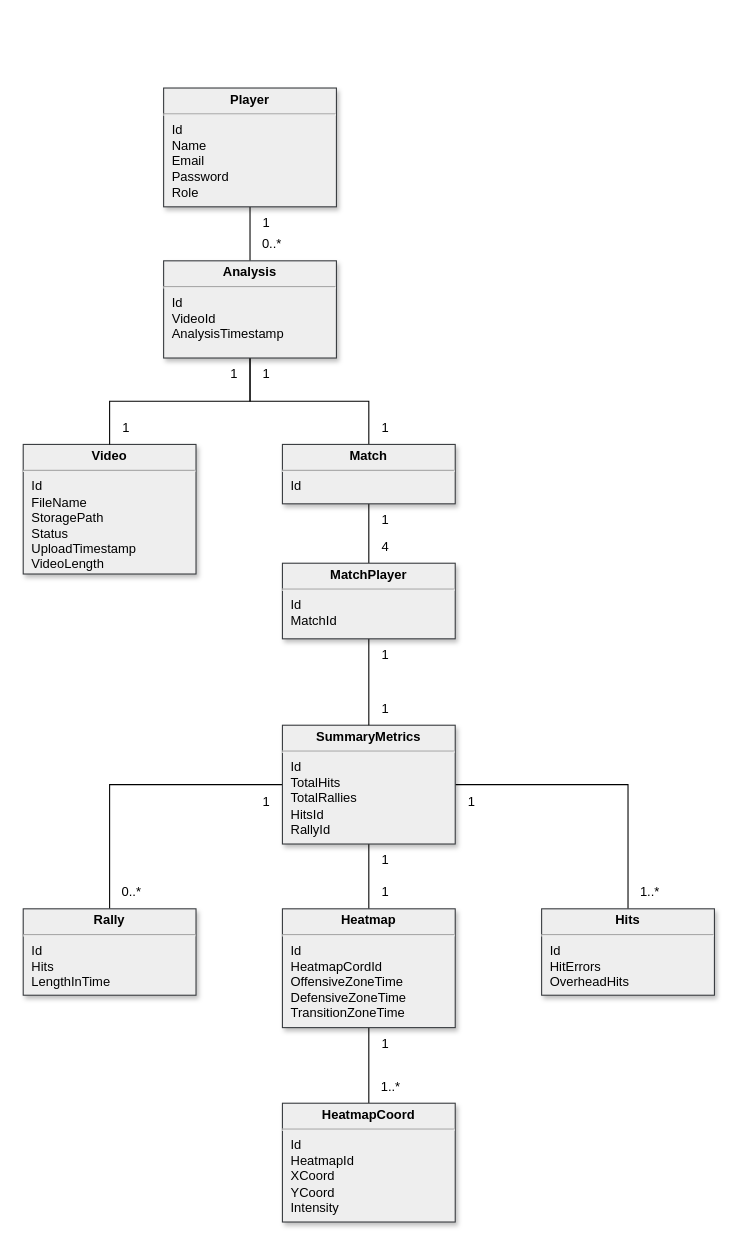
The draw.io diagram Documentation/Analysis/Diagrams/DomainModel.drawio in Olsen7351/Bachlor2025-Padel, before the edit. Source tidied: cells renumbered, new cells numbered last; positions are measured from the earlier drawing's top-left corner, leaving out a move shared by most shapes. Both pictures are drawn from the tidied source at 108%, with x=0, y=0 at pixel (23, 87).
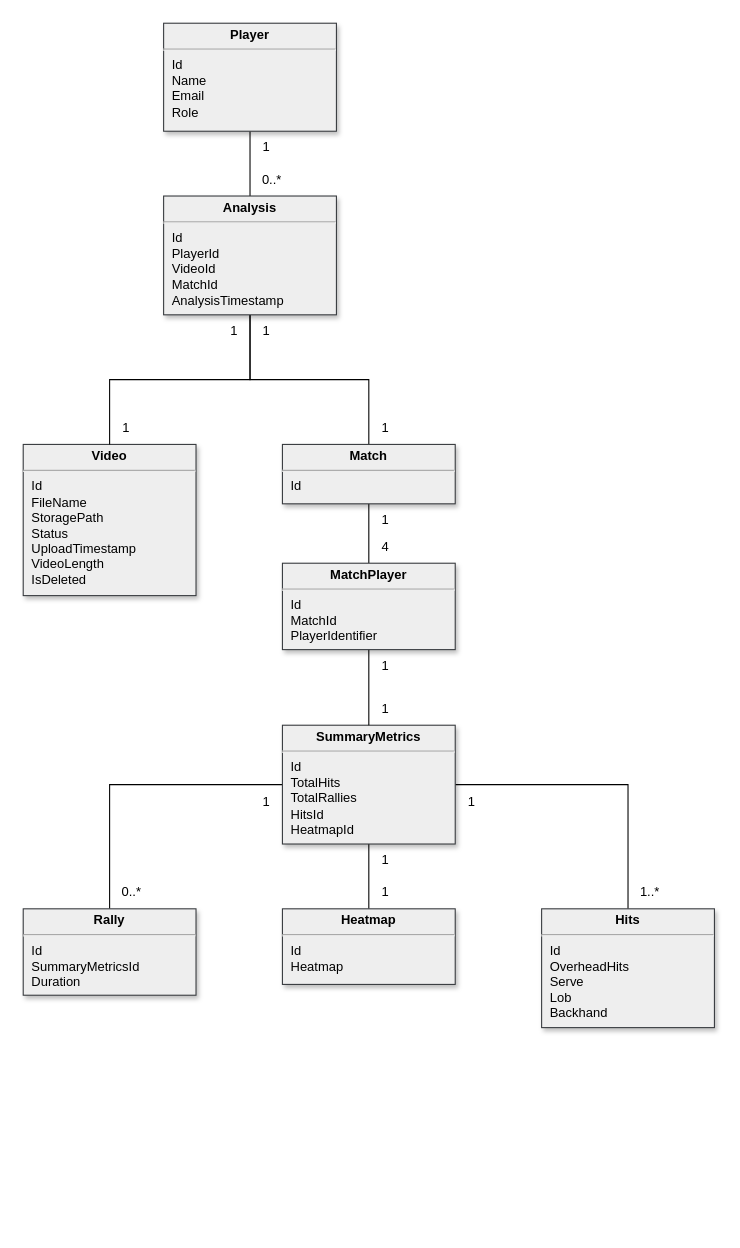
The same page after the edit.

The edit, as a diff of the source:
```diff
@@
-    <mxCell id="3" value="&lt;p style=&quot;margin: 4px 0px 0px; text-align: center;&quot;&gt;&lt;b&gt;Player&lt;/b&gt;&lt;/p&gt;&lt;hr&gt;&lt;p style=&quot;margin: 0px; margin-left: 8px;&quot;&gt;Id&lt;/p&gt;&lt;p style=&quot;margin: 0px; margin-left: 8px;&quot;&gt;Name&lt;/p&gt;&lt;p style=&quot;margin: 0px; margin-left: 8px;&quot;&gt;Email&lt;/p&gt;&lt;p style=&quot;margin: 0px; margin-left: 8px;&quot;&gt;Password&lt;/p&gt;&lt;p style=&quot;margin: 0px; margin-left: 8px;&quot;&gt;Role&lt;/p&gt;&lt;p style=&quot;margin: 0px; margin-left: 8px;&quot;&gt;&lt;br&gt;&lt;/p&gt;&lt;p style=&quot;margin: 0px; margin-left: 8px;&quot;&gt;&lt;br&gt;&lt;/p&gt;" style="verticalAlign=top;align=left;overflow=fill;fontSize=12;fontFamily=Helvetica;html=1;shadow=1;fillColor=#eeeeee;strokeColor=#36393d;" parent="1" vertex="1">
-      <mxGeometry x="130" width="160" height="110" as="geometry" />
+    <mxCell id="3" value="&lt;p style=&quot;margin: 4px 0px 0px; text-align: center;&quot;&gt;&lt;b&gt;Player&lt;/b&gt;&lt;/p&gt;&lt;hr&gt;&lt;p style=&quot;margin: 0px; margin-left: 8px;&quot;&gt;Id&lt;/p&gt;&lt;p style=&quot;margin: 0px; margin-left: 8px;&quot;&gt;Name&lt;/p&gt;&lt;p style=&quot;margin: 0px; margin-left: 8px;&quot;&gt;Email&lt;/p&gt;&lt;p style=&quot;margin: 0px; margin-left: 8px;&quot;&gt;Role&lt;/p&gt;&lt;p style=&quot;margin: 0px; margin-left: 8px;&quot;&gt;&lt;br&gt;&lt;/p&gt;&lt;p style=&quot;margin: 0px; margin-left: 8px;&quot;&gt;&lt;br&gt;&lt;/p&gt;" style="verticalAlign=top;align=left;overflow=fill;fontSize=12;fontFamily=Helvetica;html=1;shadow=1;fillColor=#eeeeee;strokeColor=#36393d;" parent="1" vertex="1">
+      <mxGeometry x="130" y="-60" width="160" height="100" as="geometry" />
     </mxCell>
-    <mxCell id="4" value="&lt;p style=&quot;margin: 4px 0px 0px; text-align: center;&quot;&gt;&lt;b&gt;Video&lt;/b&gt;&lt;/p&gt;&lt;hr&gt;&lt;p style=&quot;margin: 0px; margin-left: 8px;&quot;&gt;Id&lt;/p&gt;&lt;p style=&quot;margin: 0px; margin-left: 8px;&quot;&gt;FileName&lt;/p&gt;&lt;p style=&quot;margin: 0px; margin-left: 8px;&quot;&gt;StoragePath&lt;/p&gt;&lt;p style=&quot;margin: 0px; margin-left: 8px;&quot;&gt;Status&lt;/p&gt;&lt;p style=&quot;margin: 0px; margin-left: 8px;&quot;&gt;UploadTimestamp&lt;/p&gt;&lt;p style=&quot;margin: 0px; margin-left: 8px;&quot;&gt;VideoLength&lt;/p&gt;" style="verticalAlign=top;align=left;overflow=fill;fontSize=12;fontFamily=Helvetica;html=1;shadow=1;fillColor=#eeeeee;strokeColor=#36393d;" parent="1" vertex="1">
-      <mxGeometry y="330" width="160" height="120" as="geometry" />
+    <mxCell id="4" value="&lt;p style=&quot;margin: 4px 0px 0px; text-align: center;&quot;&gt;&lt;b&gt;Video&lt;/b&gt;&lt;/p&gt;&lt;hr&gt;&lt;p style=&quot;margin: 0px; margin-left: 8px;&quot;&gt;Id&lt;/p&gt;&lt;p style=&quot;margin: 0px; margin-left: 8px;&quot;&gt;FileName&lt;/p&gt;&lt;p style=&quot;margin: 0px; margin-left: 8px;&quot;&gt;StoragePath&lt;/p&gt;&lt;p style=&quot;margin: 0px; margin-left: 8px;&quot;&gt;Status&lt;/p&gt;&lt;p style=&quot;margin: 0px; margin-left: 8px;&quot;&gt;UploadTimestamp&lt;/p&gt;&lt;p style=&quot;margin: 0px; margin-left: 8px;&quot;&gt;VideoLength&lt;/p&gt;&lt;p style=&quot;margin: 0px; margin-left: 8px;&quot;&gt;IsDeleted&lt;/p&gt;" style="verticalAlign=top;align=left;overflow=fill;fontSize=12;fontFamily=Helvetica;html=1;shadow=1;fillColor=#eeeeee;strokeColor=#36393d;" parent="1" vertex="1">
+      <mxGeometry y="330" width="160" height="140" as="geometry" />
     </mxCell>
@@
-    <mxCell id="7" value="&lt;p style=&quot;margin: 4px 0px 0px; text-align: center;&quot;&gt;&lt;b&gt;Analysis&lt;/b&gt;&lt;/p&gt;&lt;hr&gt;&lt;p style=&quot;margin: 0px; margin-left: 8px;&quot;&gt;Id&lt;/p&gt;&lt;p style=&quot;margin: 0px; margin-left: 8px;&quot;&gt;VideoId&lt;/p&gt;&lt;p style=&quot;margin: 0px; margin-left: 8px;&quot;&gt;AnalysisTimestamp&lt;/p&gt;&lt;p style=&quot;margin: 0px 0px 0px 8px;&quot;&gt;&lt;br&gt;&lt;/p&gt;" style="verticalAlign=top;align=left;overflow=fill;fontSize=12;fontFamily=Helvetica;html=1;shadow=1;fillColor=#eeeeee;strokeColor=#36393d;" parent="1" vertex="1">
-      <mxGeometry x="130" y="160" width="160" height="90" as="geometry" />
+    <mxCell id="7" value="&lt;p style=&quot;margin: 4px 0px 0px; text-align: center;&quot;&gt;&lt;b&gt;Analysis&lt;/b&gt;&lt;/p&gt;&lt;hr&gt;&lt;p style=&quot;margin: 0px; margin-left: 8px;&quot;&gt;Id&lt;/p&gt;&lt;p style=&quot;margin: 0px; margin-left: 8px;&quot;&gt;PlayerId&lt;/p&gt;&lt;p style=&quot;margin: 0px; margin-left: 8px;&quot;&gt;VideoId&lt;/p&gt;&lt;p style=&quot;margin: 0px; margin-left: 8px;&quot;&gt;MatchId&lt;/p&gt;&lt;p style=&quot;margin: 0px; margin-left: 8px;&quot;&gt;AnalysisTimestamp&lt;/p&gt;" style="verticalAlign=top;align=left;overflow=fill;fontSize=12;fontFamily=Helvetica;html=1;shadow=1;fillColor=#eeeeee;strokeColor=#36393d;" parent="1" vertex="1">
+      <mxGeometry x="130" y="100" width="160" height="110" as="geometry" />
     </mxCell>
@@
-    <mxCell id="11" value="&lt;p style=&quot;margin: 4px 0px 0px; text-align: center;&quot;&gt;&lt;b&gt;SummaryMetrics&lt;/b&gt;&lt;/p&gt;&lt;hr&gt;&lt;p style=&quot;margin: 0px; margin-left: 8px;&quot;&gt;Id&lt;/p&gt;&lt;p style=&quot;margin: 0px; margin-left: 8px;&quot;&gt;TotalHits&lt;/p&gt;&lt;p style=&quot;margin: 0px; margin-left: 8px;&quot;&gt;TotalRallies&lt;/p&gt;&lt;p style=&quot;margin: 0px 0px 0px 8px;&quot;&gt;HitsId&lt;/p&gt;&lt;p style=&quot;margin: 0px 0px 0px 8px;&quot;&gt;RallyId&lt;/p&gt;" style="verticalAlign=top;align=left;overflow=fill;fontSize=12;fontFamily=Helvetica;html=1;shadow=1;fillColor=#eeeeee;strokeColor=#36393d;" parent="1" vertex="1">
+    <mxCell id="11" value="&lt;p style=&quot;margin: 4px 0px 0px; text-align: center;&quot;&gt;&lt;b&gt;SummaryMetrics&lt;/b&gt;&lt;/p&gt;&lt;hr&gt;&lt;p style=&quot;margin: 0px; margin-left: 8px;&quot;&gt;Id&lt;/p&gt;&lt;p style=&quot;margin: 0px; margin-left: 8px;&quot;&gt;TotalHits&lt;/p&gt;&lt;p style=&quot;margin: 0px; margin-left: 8px;&quot;&gt;TotalRallies&lt;/p&gt;&lt;p style=&quot;margin: 0px 0px 0px 8px;&quot;&gt;HitsId&lt;/p&gt;&lt;p style=&quot;margin: 0px 0px 0px 8px;&quot;&gt;HeatmapId&lt;/p&gt;" style="verticalAlign=top;align=left;overflow=fill;fontSize=12;fontFamily=Helvetica;html=1;shadow=1;fillColor=#eeeeee;strokeColor=#36393d;" parent="1" vertex="1">
       <mxGeometry x="240" y="590" width="160" height="110" as="geometry" />
     </mxCell>
-    <mxCell id="12" style="edgeStyle=orthogonalEdgeStyle;rounded=0;jettySize=auto;html=1;exitX=0.5;exitY=1;exitDx=0;exitDy=0;entryX=0.5;entryY=0;entryDx=0;entryDy=0;endArrow=none;endFill=0;" parent="1" edge="1" source="13" target="14">
-      <mxGeometry relative="1" as="geometry" />
-    </mxCell>
-    <mxCell id="13" value="&lt;p style=&quot;margin: 4px 0px 0px; text-align: center;&quot;&gt;&lt;b&gt;Heatmap&lt;/b&gt;&lt;/p&gt;&lt;hr&gt;&lt;p style=&quot;margin: 0px; margin-left: 8px;&quot;&gt;Id&lt;/p&gt;&lt;p style=&quot;margin: 0px; margin-left: 8px;&quot;&gt;HeatmapCordId&lt;/p&gt;&lt;p style=&quot;margin: 0px; margin-left: 8px;&quot;&gt;OffensiveZoneTime&lt;/p&gt;&lt;p style=&quot;margin: 0px; margin-left: 8px;&quot;&gt;DefensiveZoneTime&lt;/p&gt;&lt;p style=&quot;margin: 0px; margin-left: 8px;&quot;&gt;TransitionZoneTime&lt;/p&gt;" style="verticalAlign=top;align=left;overflow=fill;fontSize=12;fontFamily=Helvetica;html=1;shadow=1;fillColor=#eeeeee;strokeColor=#36393d;" parent="1" vertex="1">
-      <mxGeometry x="240" y="760" width="160" height="110" as="geometry" />
+    <mxCell id="13" value="&lt;p style=&quot;margin: 4px 0px 0px; text-align: center;&quot;&gt;&lt;b&gt;Heatmap&lt;/b&gt;&lt;/p&gt;&lt;hr&gt;&lt;p style=&quot;margin: 0px; margin-left: 8px;&quot;&gt;Id&lt;/p&gt;&lt;p style=&quot;margin: 0px; margin-left: 8px;&quot;&gt;Heatmap&lt;/p&gt;" style="verticalAlign=top;align=left;overflow=fill;fontSize=12;fontFamily=Helvetica;html=1;shadow=1;fillColor=#eeeeee;strokeColor=#36393d;" parent="1" vertex="1">
+      <mxGeometry x="240" y="760" width="160" height="70" as="geometry" />
     </mxCell>
-    <mxCell id="14" value="&lt;p style=&quot;margin: 4px 0px 0px; text-align: center;&quot;&gt;&lt;b&gt;HeatmapCoord&lt;/b&gt;&lt;/p&gt;&lt;hr&gt;&lt;p style=&quot;margin: 0px; margin-left: 8px;&quot;&gt;Id&lt;/p&gt;&lt;p style=&quot;margin: 0px; margin-left: 8px;&quot;&gt;HeatmapId&lt;/p&gt;&lt;p style=&quot;margin: 0px; margin-left: 8px;&quot;&gt;XCoord&lt;/p&gt;&lt;p style=&quot;margin: 0px; margin-left: 8px;&quot;&gt;YCoord&lt;/p&gt;&lt;p style=&quot;margin: 0px; margin-left: 8px;&quot;&gt;Intensity&lt;/p&gt;" style="verticalAlign=top;align=left;overflow=fill;fontSize=12;fontFamily=Helvetica;html=1;shadow=1;fillColor=#eeeeee;strokeColor=#36393d;" parent="1" vertex="1">
-      <mxGeometry x="240" y="940" width="160" height="110" as="geometry" />
-    </mxCell>
@@
-    <mxCell id="18" value="&lt;p style=&quot;margin: 4px 0px 0px; text-align: center;&quot;&gt;&lt;b&gt;MatchPlayer&lt;/b&gt;&lt;/p&gt;&lt;hr&gt;&lt;p style=&quot;margin: 0px; margin-left: 8px;&quot;&gt;Id&lt;/p&gt;&lt;p style=&quot;margin: 0px; margin-left: 8px;&quot;&gt;MatchId&lt;/p&gt;" style="verticalAlign=top;align=left;overflow=fill;fontSize=12;fontFamily=Helvetica;html=1;shadow=1;fillColor=#eeeeee;strokeColor=#36393d;" parent="1" vertex="1">
-      <mxGeometry x="240" y="440" width="160" height="70" as="geometry" />
+    <mxCell id="18" value="&lt;p style=&quot;margin: 4px 0px 0px; text-align: center;&quot;&gt;&lt;b&gt;MatchPlayer&lt;/b&gt;&lt;/p&gt;&lt;hr&gt;&lt;p style=&quot;margin: 0px; margin-left: 8px;&quot;&gt;Id&lt;/p&gt;&lt;p style=&quot;margin: 0px; margin-left: 8px;&quot;&gt;MatchId&lt;/p&gt;&lt;p style=&quot;margin: 0px; margin-left: 8px;&quot;&gt;PlayerIdentifier&lt;/p&gt;" style="verticalAlign=top;align=left;overflow=fill;fontSize=12;fontFamily=Helvetica;html=1;shadow=1;fillColor=#eeeeee;strokeColor=#36393d;" parent="1" vertex="1">
+      <mxGeometry x="240" y="440" width="160" height="80" as="geometry" />
     </mxCell>
-    <mxCell id="19" value="&lt;p style=&quot;margin: 4px 0px 0px; text-align: center;&quot;&gt;&lt;b&gt;Rally&lt;/b&gt;&lt;/p&gt;&lt;hr&gt;&lt;p style=&quot;margin: 0px; margin-left: 8px;&quot;&gt;Id&lt;/p&gt;&lt;p style=&quot;margin: 0px; margin-left: 8px;&quot;&gt;Hits&lt;/p&gt;&lt;p style=&quot;margin: 0px; margin-left: 8px;&quot;&gt;LengthInTime&lt;/p&gt;" style="verticalAlign=top;align=left;overflow=fill;fontSize=12;fontFamily=Helvetica;html=1;shadow=1;fillColor=#eeeeee;strokeColor=#36393d;" parent="1" vertex="1">
+    <mxCell id="19" value="&lt;p style=&quot;margin: 4px 0px 0px; text-align: center;&quot;&gt;&lt;b&gt;Rally&lt;/b&gt;&lt;/p&gt;&lt;hr&gt;&lt;p style=&quot;margin: 0px; margin-left: 8px;&quot;&gt;Id&lt;/p&gt;&lt;p style=&quot;margin: 0px; margin-left: 8px;&quot;&gt;SummaryMetricsId&lt;/p&gt;&lt;p style=&quot;margin: 0px; margin-left: 8px;&quot;&gt;Duration&lt;/p&gt;" style="verticalAlign=top;align=left;overflow=fill;fontSize=12;fontFamily=Helvetica;html=1;shadow=1;fillColor=#eeeeee;strokeColor=#36393d;" parent="1" vertex="1">
       <mxGeometry y="760" width="160" height="80" as="geometry" />
     </mxCell>
-    <mxCell id="20" value="&lt;p style=&quot;margin: 4px 0px 0px; text-align: center;&quot;&gt;&lt;b&gt;Hits&lt;/b&gt;&lt;/p&gt;&lt;hr&gt;&lt;p style=&quot;margin: 0px; margin-left: 8px;&quot;&gt;Id&lt;/p&gt;&lt;p style=&quot;margin: 0px; margin-left: 8px;&quot;&gt;HitErrors&lt;/p&gt;&lt;p style=&quot;margin: 0px; margin-left: 8px;&quot;&gt;OverheadHits&lt;/p&gt;&lt;p style=&quot;margin: 0px; margin-left: 8px;&quot;&gt;&lt;br&gt;&lt;/p&gt;" style="verticalAlign=top;align=left;overflow=fill;fontSize=12;fontFamily=Helvetica;html=1;shadow=1;fillColor=#eeeeee;strokeColor=#36393d;" parent="1" vertex="1">
-      <mxGeometry x="480" y="760" width="160" height="80" as="geometry" />
+    <mxCell id="20" value="&lt;p style=&quot;margin: 4px 0px 0px; text-align: center;&quot;&gt;&lt;b&gt;Hits&lt;/b&gt;&lt;/p&gt;&lt;hr&gt;&lt;p style=&quot;margin: 0px; margin-left: 8px;&quot;&gt;Id&lt;/p&gt;&lt;p style=&quot;margin: 0px; margin-left: 8px;&quot;&gt;OverheadHits&lt;/p&gt;&lt;p style=&quot;margin: 0px; margin-left: 8px;&quot;&gt;Serve&lt;/p&gt;&lt;p style=&quot;margin: 0px; margin-left: 8px;&quot;&gt;Lob&lt;/p&gt;&lt;p style=&quot;margin: 0px; margin-left: 8px;&quot;&gt;Backhand&lt;/p&gt;" style="verticalAlign=top;align=left;overflow=fill;fontSize=12;fontFamily=Helvetica;html=1;shadow=1;fillColor=#eeeeee;strokeColor=#36393d;" parent="1" vertex="1">
+      <mxGeometry x="480" y="760" width="160" height="110" as="geometry" />
     </mxCell>
     <mxCell id="21" value="1" style="text;html=1;align=center;verticalAlign=middle;strokeColor=none;fillColor=none;" parent="1" vertex="1">
-      <mxGeometry x="210" y="110" width="30" height="30" as="geometry" />
+      <mxGeometry x="210" y="40" width="30" height="30" as="geometry" />
     </mxCell>
     <mxCell id="22" value="0..*" style="text;html=1;align=center;verticalAlign=middle;strokeColor=none;fillColor=none;" parent="1" vertex="1">
-      <mxGeometry x="210" y="130" width="40" height="30" as="geometry" />
+      <mxGeometry x="210" y="70" width="40" height="30" as="geometry" />
     </mxCell>
     <mxCell id="23" value="1" style="text;html=1;align=center;verticalAlign=middle;strokeColor=none;fillColor=none;" parent="1" vertex="1">
-      <mxGeometry x="180" y="250" width="30" height="30" as="geometry" />
+      <mxGeometry x="180" y="210" width="30" height="30" as="geometry" />
     </mxCell>
@@
     <mxCell id="26" value="1" style="text;html=1;align=center;verticalAlign=middle;strokeColor=none;fillColor=none;" parent="1" vertex="1">
-      <mxGeometry x="210" y="250" width="30" height="30" as="geometry" />
+      <mxGeometry x="210" y="210" width="30" height="30" as="geometry" />
     </mxCell>
@@
     <mxCell id="29" value="1" style="text;html=1;align=center;verticalAlign=middle;strokeColor=none;fillColor=none;" parent="1" vertex="1">
-      <mxGeometry x="320" y="510" width="30" height="30" as="geometry" />
+      <mxGeometry x="320" y="520" width="30" height="30" as="geometry" />
     </mxCell>
@@
-    <mxCell id="37" value="1" style="text;html=1;align=center;verticalAlign=middle;strokeColor=none;fillColor=none;" parent="1" vertex="1">
-      <mxGeometry x="320" y="870" width="30" height="30" as="geometry" />
-    </mxCell>
-    <mxCell id="38" value="1..*" style="text;html=1;align=center;verticalAlign=middle;strokeColor=none;fillColor=none;" parent="1" vertex="1">
-      <mxGeometry x="320" y="910" width="40" height="30" as="geometry" />
-    </mxCell>
```
